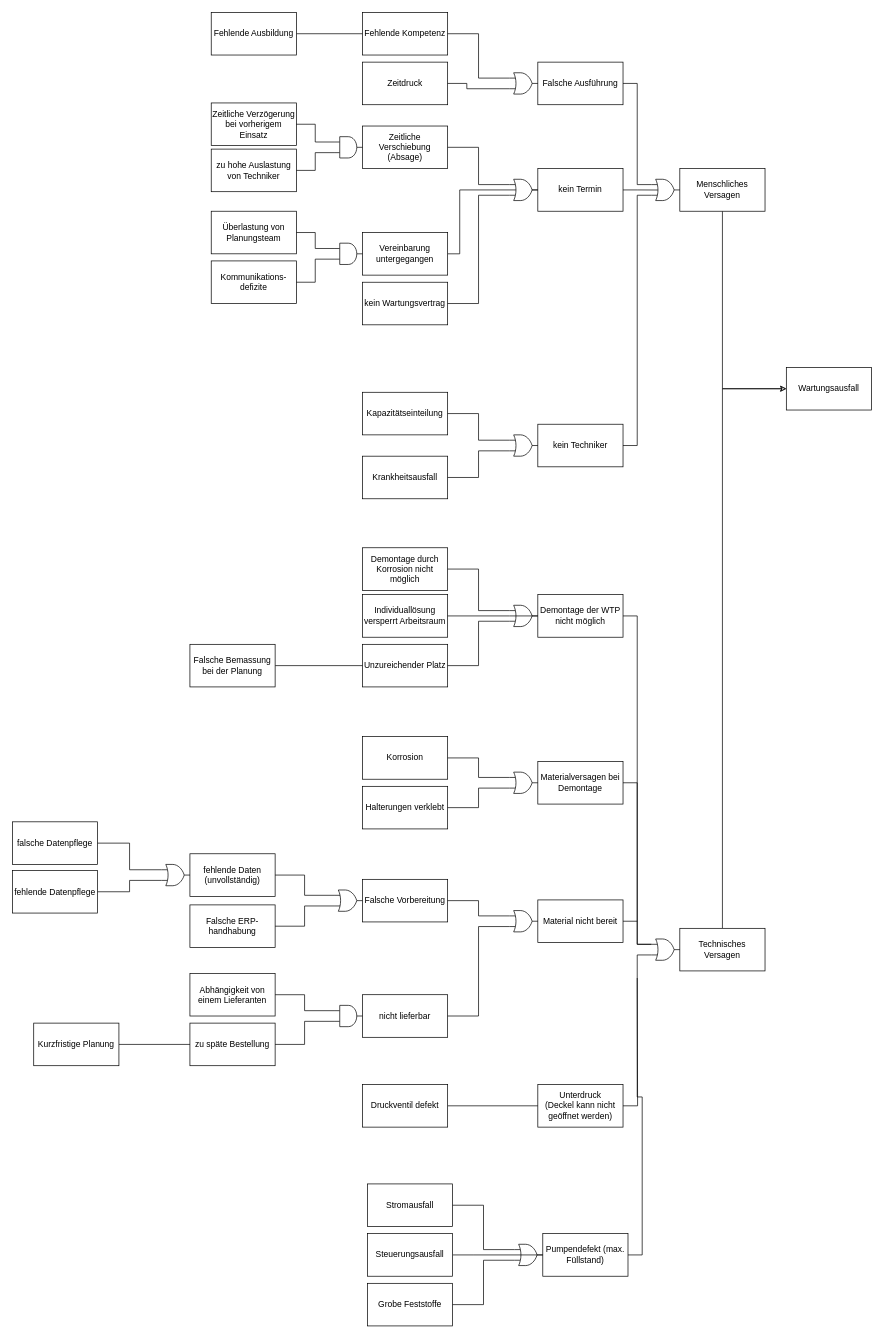
Earlier version of the draw.io diagram Untitled Diagram.drawio (macnch33s3/draw.io). Source tidied: cells renumbered, new cells numbered last; positions are measured from the earlier drawing's top-left corner, leaving out a move shared by most shapes. Both pictures are drawn from the tidied source at 71%, with x=0, y=0 at pixel (12, 12).
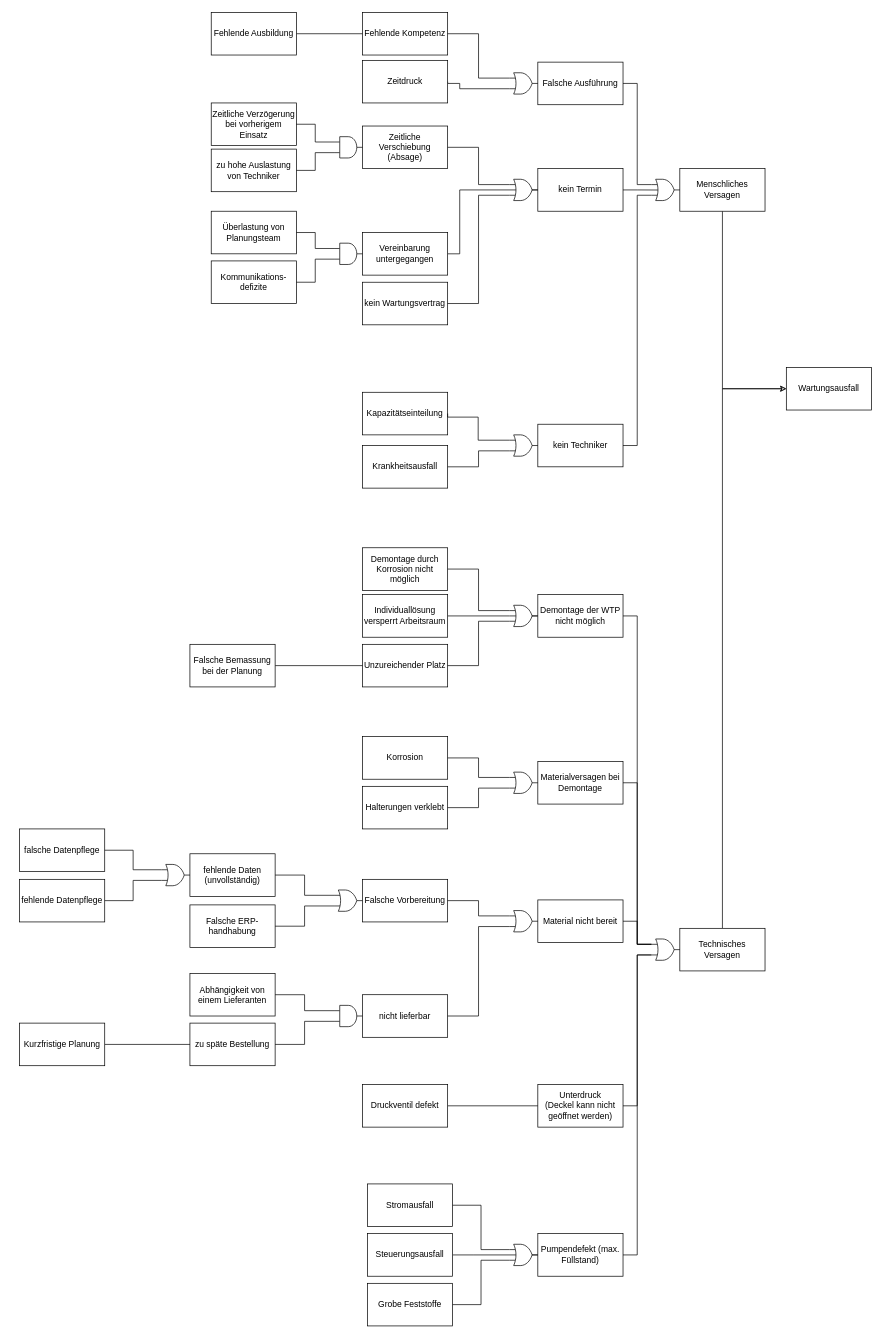
The same diagram, later.

The change refers to these unchanged cells:
```xml
<mxCell id="9" value="kein Termin" style="rounded=0;whiteSpace=wrap;html=1;" parent="1" vertex="1">
  <mxGeometry x="740" y="220" width="120" height="60" as="geometry" />
</mxCell>
<mxCell id="12" value="Material nicht bereit" style="rounded=0;whiteSpace=wrap;html=1;" parent="1" vertex="1">
  <mxGeometry x="740" y="1250" width="120" height="60" as="geometry" />
</mxCell>
<mxCell id="14" value="Unterdruck&lt;br&gt;(Deckel kann nicht geöffnet werden)" style="rounded=0;whiteSpace=wrap;html=1;" parent="1" vertex="1">
  <mxGeometry x="740" y="1510" width="120" height="60" as="geometry" />
</mxCell>
<mxCell id="20" style="verticalLabelPosition=bottom;shadow=0;dashed=0;align=center;html=1;verticalAlign=top;shape=mxgraph.electrical.logic_gates.logic_gate;operation=or;" parent="1" vertex="1">
  <mxGeometry x="900" y="1305" width="40" height="30" as="geometry" />
</mxCell>
<mxCell id="23" style="verticalLabelPosition=bottom;shadow=0;dashed=0;align=center;html=1;verticalAlign=top;shape=mxgraph.electrical.logic_gates.logic_gate;operation=or;" parent="1" vertex="1">
  <mxGeometry x="700" y="85" width="40" height="30" as="geometry" />
</mxCell>
<mxCell id="35" style="verticalLabelPosition=bottom;shadow=0;dashed=0;align=center;html=1;verticalAlign=top;shape=mxgraph.electrical.logic_gates.logic_gate;operation=or;" parent="1" vertex="1">
  <mxGeometry x="700" y="235" width="40" height="30" as="geometry" />
</mxCell>
<mxCell id="50" value="Kapazitätseinteilung" style="rounded=0;whiteSpace=wrap;html=1;" parent="1" vertex="1">
  <mxGeometry x="493" y="535" width="120" height="60" as="geometry" />
</mxCell>
<mxCell id="52" style="verticalLabelPosition=bottom;shadow=0;dashed=0;align=center;html=1;verticalAlign=top;shape=mxgraph.electrical.logic_gates.logic_gate;operation=or;" parent="1" vertex="1">
  <mxGeometry x="700" y="595" width="40" height="30" as="geometry" />
</mxCell>
<mxCell id="94" value="Steuerungsausfall" style="rounded=0;whiteSpace=wrap;html=1;" parent="1" vertex="1">
  <mxGeometry x="500" y="1720" width="120" height="60" as="geometry" />
</mxCell>
<mxCell id="101" style="verticalLabelPosition=bottom;shadow=0;dashed=0;align=center;html=1;verticalAlign=top;shape=mxgraph.electrical.logic_gates.logic_gate;operation=or;" parent="1" vertex="1">
  <mxGeometry x="700" y="835" width="40" height="30" as="geometry" />
</mxCell>
<mxCell id="103" value="Individuallösung versperrt Arbeitsraum" style="rounded=0;whiteSpace=wrap;html=1;" parent="1" vertex="1">
  <mxGeometry x="493" y="820" width="120" height="60" as="geometry" />
</mxCell>
```

The edit, as a diff of the source:
```diff
@@
+    <mxCell id="93" style="edgeStyle=orthogonalEdgeStyle;rounded=0;jettySize=auto;html=1;exitX=1;exitY=0.5;exitDx=0;exitDy=0;endArrow=none;startFill=0;entryX=1;entryY=0.5;entryDx=0;entryDy=0;entryPerimeter=0;" parent="1" edge="1" source="94" target="92">
+      <mxGeometry relative="1" as="geometry">
+        <Array as="points">
+          <mxPoint x="650" y="1750" />
+          <mxPoint x="650" y="1750" />
+        </Array>
+      </mxGeometry>
+    </mxCell>
+    <mxCell id="107" style="edgeStyle=orthogonalEdgeStyle;rounded=0;jettySize=auto;html=1;exitX=1;exitY=0.5;exitDx=0;exitDy=0;entryX=1;entryY=0.5;entryDx=0;entryDy=0;entryPerimeter=0;endArrow=none;startFill=0;" parent="1" edge="1" source="103" target="101">
+      <mxGeometry relative="1" as="geometry">
+        <Array as="points">
+          <mxPoint x="700" y="850" />
+          <mxPoint x="700" y="850" />
+        </Array>
+      </mxGeometry>
+    </mxCell>
@@
-    <mxCell id="11" style="edgeStyle=orthogonalEdgeStyle;rounded=0;jettySize=auto;html=1;exitX=1;exitY=0.5;exitDx=0;exitDy=0;endArrow=none;startFill=0;" parent="1" edge="1" source="12">
-      <mxGeometry relative="1" as="geometry">
-        <mxPoint x="880" y="1280" as="targetPoint" />
-      </mxGeometry>
-    </mxCell>
@@
-    <mxCell id="13" style="edgeStyle=orthogonalEdgeStyle;rounded=0;jettySize=auto;html=1;exitX=1;exitY=0.5;exitDx=0;exitDy=0;endArrow=none;startFill=0;" parent="1" edge="1" source="14">
-      <mxGeometry relative="1" as="geometry">
-        <mxPoint x="880" y="1360" as="targetPoint" />
-      </mxGeometry>
-    </mxCell>
@@
+    <mxCell id="22" style="edgeStyle=orthogonalEdgeStyle;rounded=0;jettySize=auto;html=1;exitX=1;exitY=0.5;exitDx=0;exitDy=0;endArrow=none;startFill=0;entryX=0;entryY=0.75;entryDx=0;entryDy=0;entryPerimeter=0;" parent="1" edge="1" source="15" target="20">
+      <mxGeometry relative="1" as="geometry" />
+    </mxCell>
     <mxCell id="15" value="Pumpendefekt (max. Füllstand)" style="rounded=0;whiteSpace=wrap;html=1;" parent="1" vertex="1">
-      <mxGeometry x="747" y="1720" width="120" height="60" as="geometry" />
+      <mxGeometry x="740" y="1720" width="120" height="60" as="geometry" />
     </mxCell>
@@
-    <mxCell id="22" style="edgeStyle=orthogonalEdgeStyle;rounded=0;jettySize=auto;html=1;exitX=1;exitY=0.5;exitDx=0;exitDy=0;entryX=0;entryY=0.75;entryDx=0;entryDy=0;entryPerimeter=0;endArrow=none;startFill=0;" parent="1" edge="1" source="15" target="20">
-      <mxGeometry relative="1" as="geometry" />
-    </mxCell>
+    <mxCell id="110" style="edgeStyle=orthogonalEdgeStyle;rounded=0;jettySize=auto;html=1;exitX=0;exitY=0.75;exitDx=0;exitDy=0;entryX=1;entryY=0.5;entryDx=0;entryDy=0;endArrow=none;startFill=0;strokeColor=default;exitPerimeter=0;" parent="1" edge="1" source="23" target="25">
+      <mxGeometry relative="1" as="geometry">
+        <Array as="points">
+          <mxPoint x="630" y="108" />
+          <mxPoint x="630" y="100" />
+          <mxPoint x="613" y="100" />
+        </Array>
+      </mxGeometry>
+    </mxCell>
@@
     <mxCell id="25" value="Zeitdruck" style="rounded=0;whiteSpace=wrap;html=1;" parent="1" vertex="1">
-      <mxGeometry x="493" y="70" width="120" height="60" as="geometry" />
+      <mxGeometry x="493" y="67.5" width="120" height="60" as="geometry" />
     </mxCell>
@@
-    <mxCell id="27" style="edgeStyle=orthogonalEdgeStyle;rounded=0;jettySize=auto;html=1;exitX=1;exitY=0.5;exitDx=0;exitDy=0;entryX=0;entryY=0.75;entryDx=0;entryDy=0;entryPerimeter=0;endArrow=none;startFill=0;" parent="1" edge="1" source="25" target="23">
-      <mxGeometry relative="1" as="geometry">
-        <Array as="points">
-          <mxPoint x="640" y="100" />
-          <mxPoint x="640" y="108" />
-        </Array>
-      </mxGeometry>
-    </mxCell>
@@
-    <mxCell id="34" style="edgeStyle=orthogonalEdgeStyle;rounded=0;jettySize=auto;html=1;exitX=1;exitY=0.5;exitDx=0;exitDy=0;exitPerimeter=0;entryX=0;entryY=0.5;entryDx=0;entryDy=0;" parent="1" edge="1" source="35" target="9">
+    <mxCell id="34" style="edgeStyle=orthogonalEdgeStyle;rounded=0;jettySize=auto;html=1;exitX=1;exitY=0.5;exitDx=0;exitDy=0;exitPerimeter=0;entryX=0;entryY=0.5;entryDx=0;entryDy=0;endArrow=none;startFill=0;" parent="1" edge="1" source="35" target="9">
       <mxGeometry relative="1" as="geometry" />
     </mxCell>
@@
     <mxCell id="53" value="Krankheitsausfall" style="rounded=0;whiteSpace=wrap;html=1;" parent="1" vertex="1">
-      <mxGeometry x="493" y="625" width="120" height="60" as="geometry" />
+      <mxGeometry x="493" y="610" width="120" height="60" as="geometry" />
     </mxCell>
     <mxCell id="54" style="edgeStyle=orthogonalEdgeStyle;rounded=0;jettySize=auto;html=1;exitX=1;exitY=0.5;exitDx=0;exitDy=0;entryX=0;entryY=0.25;entryDx=0;entryDy=0;entryPerimeter=0;endArrow=none;startFill=0;" parent="1" edge="1" source="50" target="52">
-      <mxGeometry relative="1" as="geometry" />
+      <mxGeometry relative="1" as="geometry">
+        <Array as="points">
+          <mxPoint x="613" y="570" />
+          <mxPoint x="656" y="570" />
+          <mxPoint x="656" y="602" />
+        </Array>
+      </mxGeometry>
     </mxCell>
@@
     <mxCell id="70" value="falsche Datenpflege" style="rounded=0;whiteSpace=wrap;html=1;" parent="1" vertex="1">
-      <mxGeometry y="1140" width="120" height="60" as="geometry" />
+      <mxGeometry x="10" y="1150" width="120" height="60" as="geometry" />
     </mxCell>
     <mxCell id="71" value="fehlende Datenpflege" style="rounded=0;whiteSpace=wrap;html=1;" parent="1" vertex="1">
-      <mxGeometry y="1208.5" width="120" height="60" as="geometry" />
+      <mxGeometry x="10" y="1221" width="120" height="60" as="geometry" />
     </mxCell>
@@
     <mxCell id="81" value="Kurzfristige Planung" style="rounded=0;whiteSpace=wrap;html=1;" parent="1" vertex="1">
-      <mxGeometry x="30" y="1423.5" width="120" height="60" as="geometry" />
+      <mxGeometry x="10" y="1423.5" width="120" height="60" as="geometry" />
     </mxCell>
@@
     <mxCell id="92" style="verticalLabelPosition=bottom;shadow=0;dashed=0;align=center;html=1;verticalAlign=top;shape=mxgraph.electrical.logic_gates.logic_gate;operation=or;" parent="1" vertex="1">
-      <mxGeometry x="707" y="1735" width="40" height="30" as="geometry" />
+      <mxGeometry x="700" y="1735" width="40" height="30" as="geometry" />
     </mxCell>
-    <mxCell id="93" style="edgeStyle=orthogonalEdgeStyle;rounded=0;jettySize=auto;html=1;exitX=1;exitY=0.5;exitDx=0;exitDy=0;endArrow=none;startFill=0;entryX=1;entryY=0.5;entryDx=0;entryDy=0;entryPerimeter=0;" parent="1" edge="1" source="94" target="92">
-      <mxGeometry relative="1" as="geometry">
-        <Array as="points">
-          <mxPoint x="650" y="1750" />
-          <mxPoint x="650" y="1750" />
-        </Array>
-      </mxGeometry>
-    </mxCell>
@@
-    <mxCell id="107" style="edgeStyle=orthogonalEdgeStyle;rounded=0;jettySize=auto;html=1;exitX=1;exitY=0.5;exitDx=0;exitDy=0;entryX=1;entryY=0.5;entryDx=0;entryDy=0;entryPerimeter=0;endArrow=none;startFill=0;" parent="1" edge="1" source="103" target="101">
-      <mxGeometry relative="1" as="geometry">
-        <Array as="points">
-          <mxPoint x="700" y="850" />
-          <mxPoint x="700" y="850" />
-        </Array>
-      </mxGeometry>
-    </mxCell>
@@
+    <mxCell id="111" style="edgeStyle=orthogonalEdgeStyle;rounded=0;jettySize=auto;html=1;exitX=1;exitY=0.5;exitDx=0;exitDy=0;entryX=0;entryY=0.75;entryDx=0;entryDy=0;entryPerimeter=0;endArrow=none;startFill=0;" parent="1" edge="1" source="14" target="20">
+      <mxGeometry relative="1" as="geometry" />
+    </mxCell>
+    <mxCell id="112" style="edgeStyle=orthogonalEdgeStyle;rounded=0;jettySize=auto;html=1;exitX=1;exitY=0.5;exitDx=0;exitDy=0;entryX=0;entryY=0.25;entryDx=0;entryDy=0;entryPerimeter=0;endArrow=none;startFill=0;" parent="1" edge="1" source="12" target="20">
+      <mxGeometry relative="1" as="geometry" />
+    </mxCell>
```
